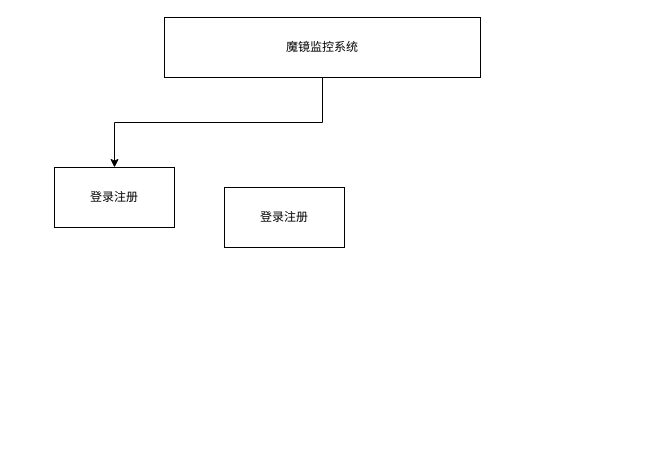
Before: 系统架构设计.drawio in FelixTt/repositoryForDraw.io, a draw.io diagram. Source tidied: cells renumbered, new cells numbered last; positions are measured from the earlier drawing's top-left corner, leaving out a move shared by most shapes. Both pictures are drawn from the tidied source at 100%, with x=0, y=0 at pixel (54, 17).
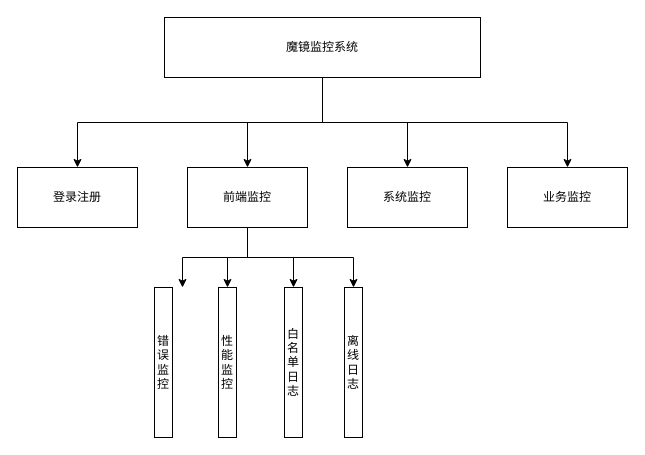
The same diagram, later.

Commit message:
Update 系统架构设计.drawio

Unchanged cells that the change refers to:
```xml
<mxCell id="2" value="魔镜监控系统" style="rounded=0;whiteSpace=wrap;html=1;" parent="1" vertex="1">
  <mxGeometry x="110" width="316" height="60" as="geometry" />
</mxCell>
```

The edit, as a diff of the source:
```diff
@@
     <mxCell id="3" value="登录注册" style="rounded=0;whiteSpace=wrap;html=1;" parent="1" vertex="1">
-      <mxGeometry y="150" width="120" height="60" as="geometry" />
+      <mxGeometry x="-37" y="150" width="120" height="60" as="geometry" />
     </mxCell>
-    <mxCell id="4" value="登录注册" style="rounded=0;whiteSpace=wrap;html=1;" parent="1" vertex="1">
-      <mxGeometry x="170" y="170" width="120" height="60" as="geometry" />
+    <mxCell id="4" value="前端监控" style="rounded=0;whiteSpace=wrap;html=1;" parent="1" vertex="1">
+      <mxGeometry x="133" y="150" width="120" height="60" as="geometry" />
     </mxCell>
@@
+    <mxCell id="6" value="系统监控" style="rounded=0;whiteSpace=wrap;html=1;" parent="1" vertex="1">
+      <mxGeometry x="293" y="150" width="120" height="60" as="geometry" />
+    </mxCell>
+    <mxCell id="7" value="业务监控" style="rounded=0;whiteSpace=wrap;html=1;" parent="1" vertex="1">
+      <mxGeometry x="453" y="150" width="120" height="60" as="geometry" />
+    </mxCell>
+    <mxCell id="8" value="&lt;div style=&quot;font-size: 12px;&quot;&gt;白名单日志&lt;br style=&quot;font-size: 12px;&quot;&gt;&lt;/div&gt;" style="rounded=0;whiteSpace=wrap;html=1;verticalAlign=middle;horizontal=1;textDirection=rtl;align=center;fontSize=12;labelBackgroundColor=none;labelBorderColor=none;shadow=0;fontFamily=Helvetica;labelPosition=center;verticalLabelPosition=middle;" parent="1" vertex="1">
+      <mxGeometry x="230" y="270" width="18" height="150" as="geometry" />
+    </mxCell>
+    <mxCell id="9" style="edgeStyle=elbowEdgeStyle;elbow=vertical;endArrow=classic;html=1;fontColor=#000000;exitX=0.5;exitY=1;exitDx=0;exitDy=0;entryX=0.5;entryY=0;entryDx=0;entryDy=0;rounded=0;" parent="1" edge="1" source="4" target="8">
+      <mxGeometry relative="1" as="geometry">
+        <Array as="points">
+          <mxPoint x="210" y="240" />
+        </Array>
+      </mxGeometry>
+    </mxCell>
+    <mxCell id="10" style="edgeStyle=elbowEdgeStyle;elbow=vertical;endArrow=classic;html=1;rounded=0;fontColor=#000000;" parent="1" edge="1" source="4">
+      <mxGeometry relative="1" as="geometry">
+        <mxPoint x="128" y="270" as="targetPoint" />
+      </mxGeometry>
+    </mxCell>
+    <mxCell id="11" style="edgeStyle=elbowEdgeStyle;elbow=vertical;endArrow=classic;html=1;rounded=0;fontColor=#000000;" parent="1" edge="1" source="4" target="16">
+      <mxGeometry relative="1" as="geometry" />
+    </mxCell>
+    <mxCell id="12" style="edgeStyle=elbowEdgeStyle;elbow=vertical;endArrow=classic;html=1;rounded=0;fontColor=#000000;" parent="1" edge="1" source="4" target="18">
+      <mxGeometry relative="1" as="geometry" />
+    </mxCell>
+    <mxCell id="13" style="edgeStyle=elbowEdgeStyle;elbow=vertical;endArrow=classic;html=1;rounded=0;fontColor=#000000;" parent="1" edge="1" source="2" target="4">
+      <mxGeometry relative="1" as="geometry" />
+    </mxCell>
+    <mxCell id="14" style="edgeStyle=elbowEdgeStyle;elbow=vertical;endArrow=classic;html=1;rounded=0;fontColor=#000000;" parent="1" edge="1" source="2" target="6">
+      <mxGeometry relative="1" as="geometry" />
+    </mxCell>
+    <mxCell id="15" style="edgeStyle=elbowEdgeStyle;elbow=vertical;endArrow=classic;html=1;rounded=0;fontColor=#000000;" parent="1" edge="1" source="2" target="7">
+      <mxGeometry relative="1" as="geometry" />
+    </mxCell>
+    <mxCell id="16" value="&lt;div style=&quot;font-size: 12px;&quot;&gt;性能监控&lt;br style=&quot;font-size: 12px;&quot;&gt;&lt;/div&gt;" style="rounded=0;whiteSpace=wrap;html=1;verticalAlign=middle;horizontal=1;textDirection=rtl;align=center;fontSize=12;labelBackgroundColor=none;labelBorderColor=none;shadow=0;fontFamily=Helvetica;labelPosition=center;verticalLabelPosition=middle;" parent="1" vertex="1">
+      <mxGeometry x="164" y="270" width="18" height="150" as="geometry" />
+    </mxCell>
+    <mxCell id="17" value="&lt;div style=&quot;font-size: 12px;&quot;&gt;&lt;span style=&quot;font-size: 12px;&quot;&gt;错误监控&lt;/span&gt;&lt;br style=&quot;font-size: 12px;&quot;&gt;&lt;/div&gt;" style="rounded=0;whiteSpace=wrap;html=1;verticalAlign=middle;horizontal=1;textDirection=rtl;align=center;fontSize=12;labelBackgroundColor=none;labelBorderColor=none;shadow=0;fontFamily=Helvetica;labelPosition=center;verticalLabelPosition=middle;" parent="1" vertex="1">
+      <mxGeometry x="100" y="270" width="18" height="150" as="geometry" />
+    </mxCell>
+    <mxCell id="18" value="&lt;div style=&quot;font-size: 12px;&quot;&gt;离线日志&lt;br style=&quot;font-size: 12px;&quot;&gt;&lt;/div&gt;" style="rounded=0;whiteSpace=wrap;html=1;verticalAlign=middle;horizontal=1;textDirection=rtl;align=center;fontSize=12;labelBackgroundColor=none;labelBorderColor=none;shadow=0;fontFamily=Helvetica;labelPosition=center;verticalLabelPosition=middle;" parent="1" vertex="1">
+      <mxGeometry x="290" y="270" width="18" height="150" as="geometry" />
+    </mxCell>
```
